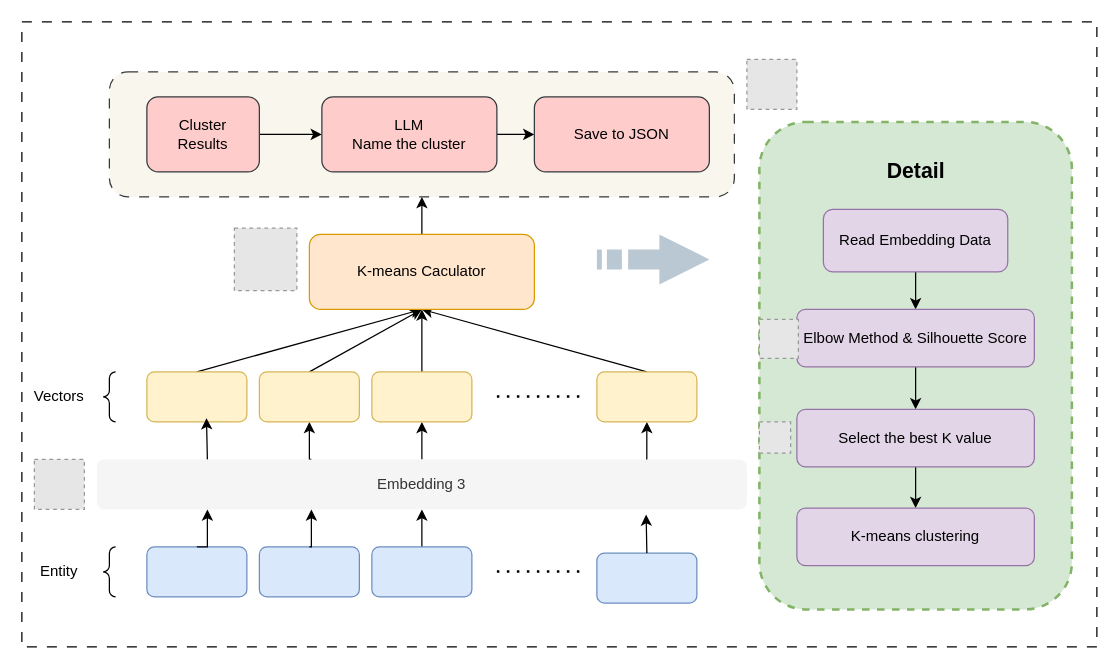
yizhezhixing/yizhezhixing keeps this draw.io diagram as k-means.drawio. Above is the earlier version. Source tidied: cells renumbered, new cells numbered last; positions are measured from the earlier drawing's top-left corner, leaving out a move shared by most shapes. Both pictures are drawn from the tidied source at 125%, with x=0, y=0 at pixel (21, 21). Pictures stored in the file or linked from it are replaced by grey dashed boxes.
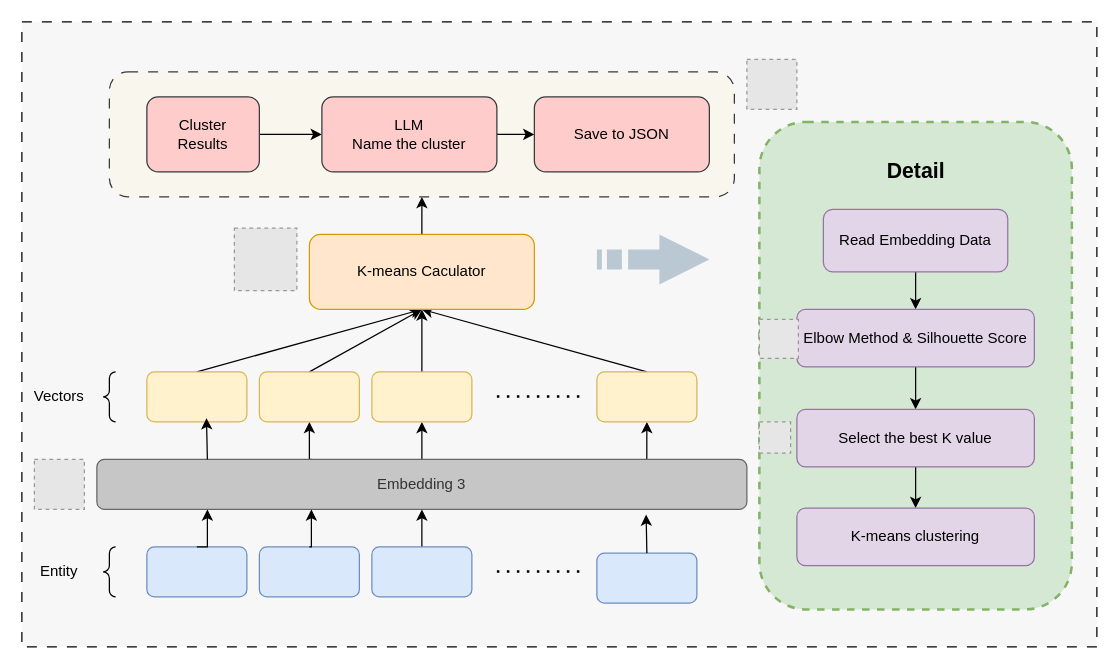
The same page after the edit.

What changed in the source:
```diff
@@
-    <mxCell id="2" style="rounded=0;whiteSpace=wrap;html=1;dashed=1;dashPattern=8 8;" parent="1" vertex="1">
+    <mxCell id="2" style="rounded=0;whiteSpace=wrap;html=1;dashed=1;dashPattern=8 8;fillColor=#F7F7F7;" parent="1" vertex="1">
       <mxGeometry width="860" height="500" as="geometry" />
     </mxCell>
@@
-    <mxCell id="11" value="Embedding 3" style="rounded=1;whiteSpace=wrap;html=1;points=[[0,0,0,0,0],[0,0.25,0,0,0],[0,0.5,0,0,0],[0,0.75,0,0,0],[0,1,0,0,0],[0.11,0,0,0,0],[0.11,1,0,0,0],[0.17,0,0,0,0],[0.17,1,0,0,0],[0.22,0,0,0,0],[0.22,1,0,0,0],[0.25,0,0,0,0],[0.25,1,0,0,0],[0.33,0,0,0,0],[0.33,1,0,0,0],[0.44,0,0,0,0],[0.44,1,0,0,0],[0.5,0,0,0,0],[0.5,1,0,0,0],[0.56,0,0,0,0],[0.56,1,0,0,0],[0.67,0,0,0,0],[0.67,1,0,0,0],[0.75,0,0,0,0],[0.75,1,0,0,0],[0.78,0,0,0,0],[0.78,1,0,0,0],[0.83,0,0,0,0],[0.83,1,0,0,0],[0.89,0,0,0,0],[0.89,1,0,0,0],[1,0,0,0,0],[1,0.25,0,0,0],[1,0.5,0,0,0],[1,0.75,0,0,0],[1,1,0,0,0]];fillColor=#f5f5f5;fontColor=#333333;strokeColor=none;" parent="1" vertex="1">
+    <mxCell id="11" value="Embedding 3" style="rounded=1;whiteSpace=wrap;html=1;points=[[0,0,0,0,0],[0,0.25,0,0,0],[0,0.5,0,0,0],[0,0.75,0,0,0],[0,1,0,0,0],[0.11,0,0,0,0],[0.11,1,0,0,0],[0.17,0,0,0,0],[0.17,1,0,0,0],[0.22,0,0,0,0],[0.22,1,0,0,0],[0.25,0,0,0,0],[0.25,1,0,0,0],[0.33,0,0,0,0],[0.33,1,0,0,0],[0.44,0,0,0,0],[0.44,1,0,0,0],[0.5,0,0,0,0],[0.5,1,0,0,0],[0.56,0,0,0,0],[0.56,1,0,0,0],[0.67,0,0,0,0],[0.67,1,0,0,0],[0.75,0,0,0,0],[0.75,1,0,0,0],[0.78,0,0,0,0],[0.78,1,0,0,0],[0.83,0,0,0,0],[0.83,1,0,0,0],[0.89,0,0,0,0],[0.89,1,0,0,0],[1,0,0,0,0],[1,0.25,0,0,0],[1,0.5,0,0,0],[1,0.75,0,0,0],[1,1,0,0,0]];fillColor=#C6C6C6;fontColor=#333333;strokeColor=#666666;" parent="1" vertex="1">
       <mxGeometry x="60" y="350" width="520" height="40" as="geometry" />
     </mxCell>
```
